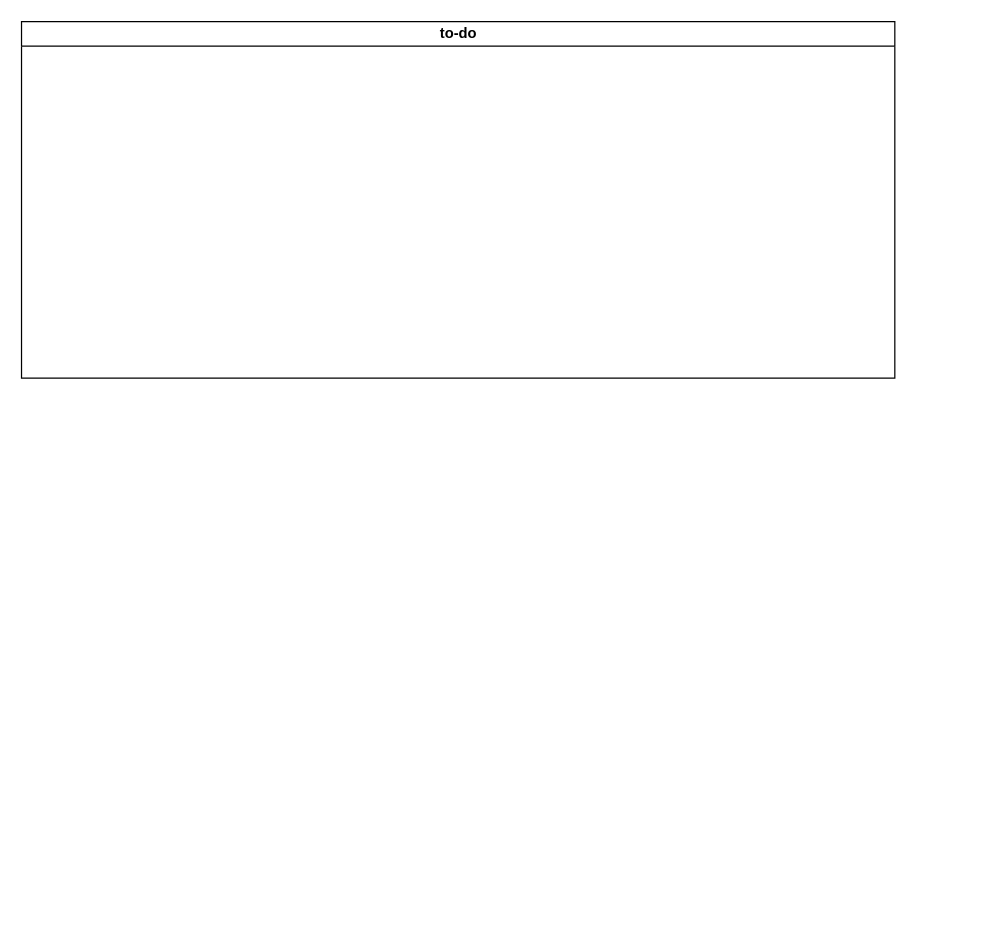
The draw.io diagram Untitled Diagram.drawio in youngoose/my-to-do, before the edit. Source tidied: cells renumbered, new cells numbered last; positions are measured from the earlier drawing's top-left corner, leaving out a move shared by most shapes. Both pictures are drawn from the tidied source at 123%, with x=0, y=0 at pixel (21, 21).
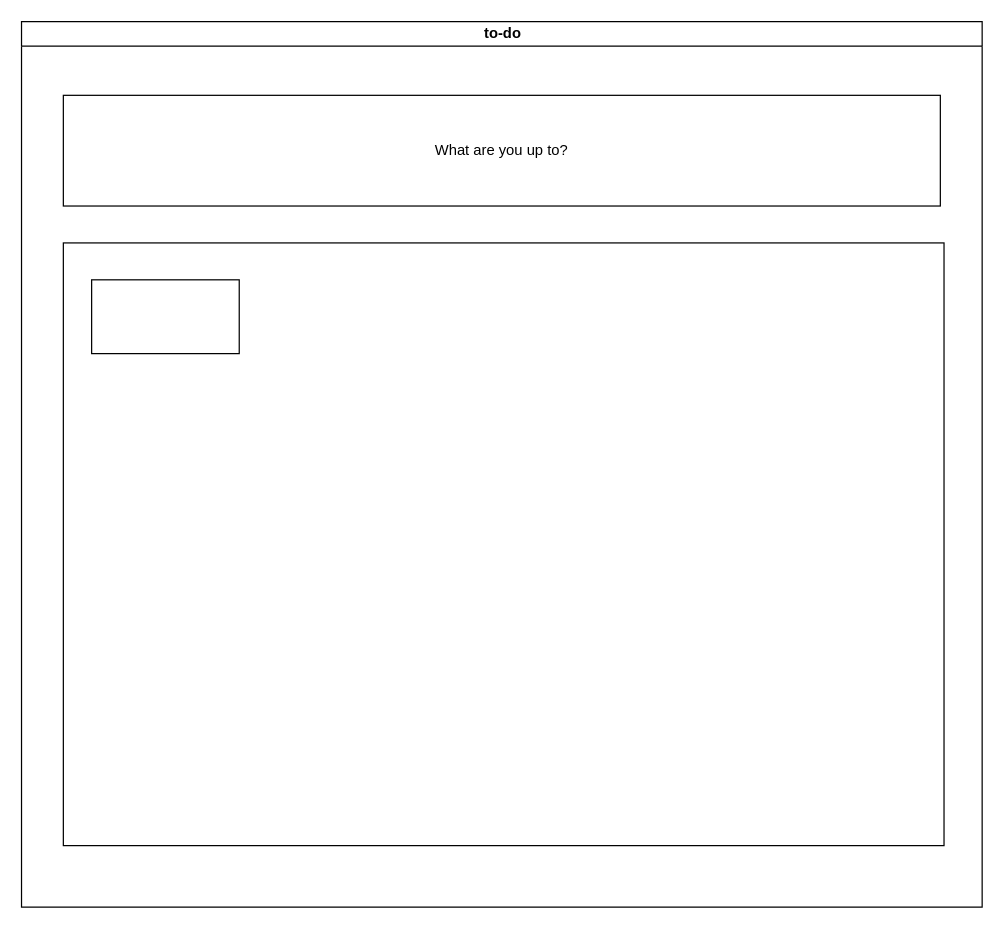
After the change.

Diff of the diagram source:
```diff
@@
 <mxGraphModel>
   <root>
     <mxCell id="0" />
     <mxCell id="1" parent="0" />
     <mxCell id="2" value="to-do" style="swimlane;html=1;startSize=20;horizontal=1;containerType=tree;glass=0;" parent="1" vertex="1">
-      <mxGeometry width="710" height="290" as="geometry" />
+      <mxGeometry width="781" height="720" as="geometry" />
     </mxCell>
+    <mxCell id="3" value="What are you up to?" style="rounded=0;whiteSpace=wrap;html=1;" parent="2" vertex="1">
+      <mxGeometry x="34" y="60" width="713" height="90" as="geometry" />
+    </mxCell>
+    <mxCell id="4" style="rounded=0;whiteSpace=wrap;html=1;" parent="2" vertex="1">
+      <mxGeometry x="34" y="180" width="716" height="490" as="geometry" />
+    </mxCell>
+    <mxCell id="5" style="rounded=0;whiteSpace=wrap;html=1;" parent="2" vertex="1">
+      <mxGeometry x="57" y="210" width="120" height="60" as="geometry" />
+    </mxCell>
   </root>
 </mxGraphModel>
```
